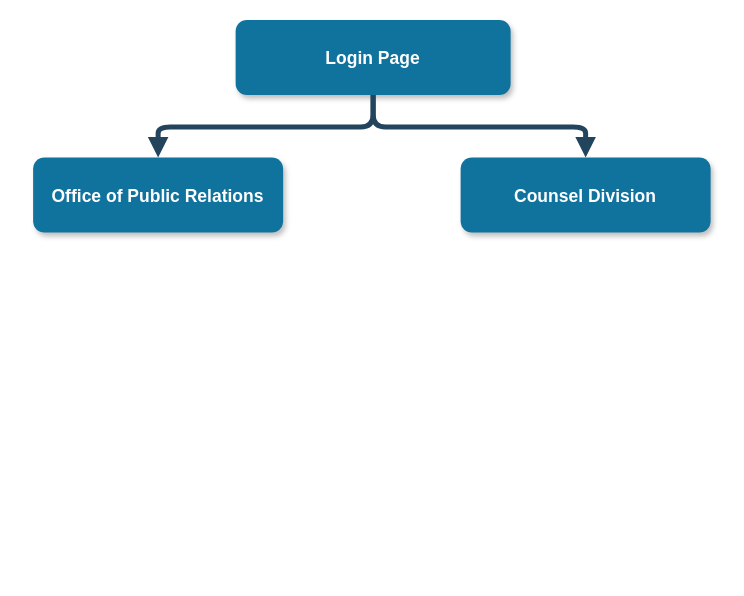
This is Hierarki.drawio from karageee/Login-system-and-gmm-voice-auth, a draw.io file, before an edit. Source tidied: cells renumbered, new cells numbered last; positions are measured from the earlier drawing's top-left corner, leaving out a move shared by most shapes. Both pictures are drawn from the tidied source at 125%, with x=0, y=0 at pixel (32, 20).
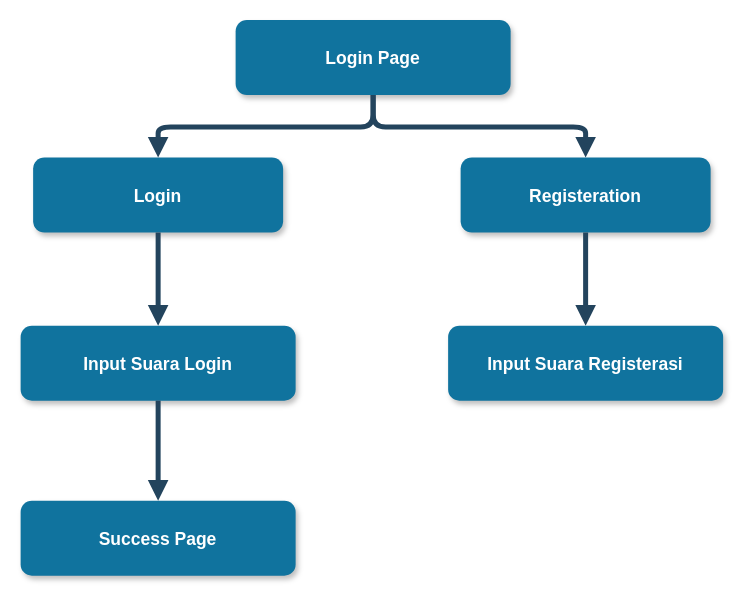
The same diagram, later.

What changed in the source:
```diff
@@
 <mxGraphModel background="#ffffff">
   <root>
     <mxCell id="0" />
     <mxCell id="1" parent="0" />
     <mxCell id="2" value="Login Page" style="rounded=1;fillColor=#10739E;strokeColor=none;shadow=1;gradientColor=none;fontStyle=1;fontColor=#FFFFFF;fontSize=14;" parent="1" vertex="1">
       <mxGeometry x="162" y="-0.5" width="220" height="60" as="geometry" />
     </mxCell>
-    <mxCell id="3" value="Office of Public Relations" style="rounded=1;fillColor=#10739E;strokeColor=none;shadow=1;gradientColor=none;fontStyle=1;fontColor=#FFFFFF;fontSize=14;" parent="1" vertex="1">
+    <mxCell id="3" value="Login" style="rounded=1;fillColor=#10739E;strokeColor=none;shadow=1;gradientColor=none;fontStyle=1;fontColor=#FFFFFF;fontSize=14;" parent="1" vertex="1">
       <mxGeometry y="109.5" width="200" height="60" as="geometry" />
     </mxCell>
-    <mxCell id="4" value="Counsel Division" style="rounded=1;fillColor=#10739E;strokeColor=none;shadow=1;gradientColor=none;fontStyle=1;fontColor=#FFFFFF;fontSize=14;" parent="1" vertex="1">
+    <mxCell id="4" value="Registeration" style="rounded=1;fillColor=#10739E;strokeColor=none;shadow=1;gradientColor=none;fontStyle=1;fontColor=#FFFFFF;fontSize=14;" parent="1" vertex="1">
       <mxGeometry x="342" y="109.5" width="200" height="60" as="geometry" />
     </mxCell>
     <mxCell id="5" style="edgeStyle=elbowEdgeStyle;elbow=vertical;strokeWidth=4;endArrow=block;endFill=1;fontStyle=1;strokeColor=#23445D;" parent="1" edge="1" source="2" target="3">
       <mxGeometry x="22" y="165.5" as="geometry" />
     </mxCell>
     <mxCell id="6" style="edgeStyle=elbowEdgeStyle;elbow=vertical;strokeWidth=4;endArrow=block;endFill=1;fontStyle=1;strokeColor=#23445D;" parent="1" edge="1" source="2" target="4">
       <mxGeometry x="22" y="165.5" as="geometry" />
     </mxCell>
+    <mxCell id="7" style="edgeStyle=elbowEdgeStyle;elbow=vertical;strokeWidth=4;endArrow=block;endFill=1;fontStyle=1;strokeColor=#23445D;exitX=0.5;exitY=1;exitDx=0;exitDy=0;entryX=0.5;entryY=0;entryDx=0;entryDy=0;" parent="1" edge="1" source="3" target="8">
+      <mxGeometry x="31.5" y="245.5" as="geometry" />
+    </mxCell>
+    <mxCell id="8" value="Input Suara Login" style="rounded=1;fillColor=#10739E;strokeColor=none;shadow=1;gradientColor=none;fontStyle=1;fontColor=#FFFFFF;fontSize=14;" parent="1" vertex="1">
+      <mxGeometry x="-10" y="244" width="220" height="60" as="geometry" />
+    </mxCell>
+    <mxCell id="9" value="Input Suara Registerasi" style="rounded=1;fillColor=#10739E;strokeColor=none;shadow=1;gradientColor=none;fontStyle=1;fontColor=#FFFFFF;fontSize=14;" parent="1" vertex="1">
+      <mxGeometry x="332" y="244" width="220" height="60" as="geometry" />
+    </mxCell>
+    <mxCell id="10" style="edgeStyle=elbowEdgeStyle;elbow=vertical;strokeWidth=4;endArrow=block;endFill=1;fontStyle=1;strokeColor=#23445D;exitX=0.5;exitY=1;exitDx=0;exitDy=0;entryX=0.5;entryY=0;entryDx=0;entryDy=0;" parent="1" edge="1" source="4" target="9">
+      <mxGeometry x="41.5" y="255.5" as="geometry" />
+    </mxCell>
+    <mxCell id="11" value="Success Page" style="rounded=1;fillColor=#10739E;strokeColor=none;shadow=1;gradientColor=none;fontStyle=1;fontColor=#FFFFFF;fontSize=14;" parent="1" vertex="1">
+      <mxGeometry x="-10" y="384" width="220" height="60" as="geometry" />
+    </mxCell>
+    <mxCell id="12" style="edgeStyle=elbowEdgeStyle;elbow=vertical;strokeWidth=4;endArrow=block;endFill=1;fontStyle=1;strokeColor=#23445D;entryX=0.5;entryY=0;entryDx=0;entryDy=0;exitX=0.5;exitY=1;exitDx=0;exitDy=0;" parent="1" edge="1" source="8" target="11">
+      <mxGeometry x="31" y="380" as="geometry" />
+    </mxCell>
   </root>
 </mxGraphModel>
```
